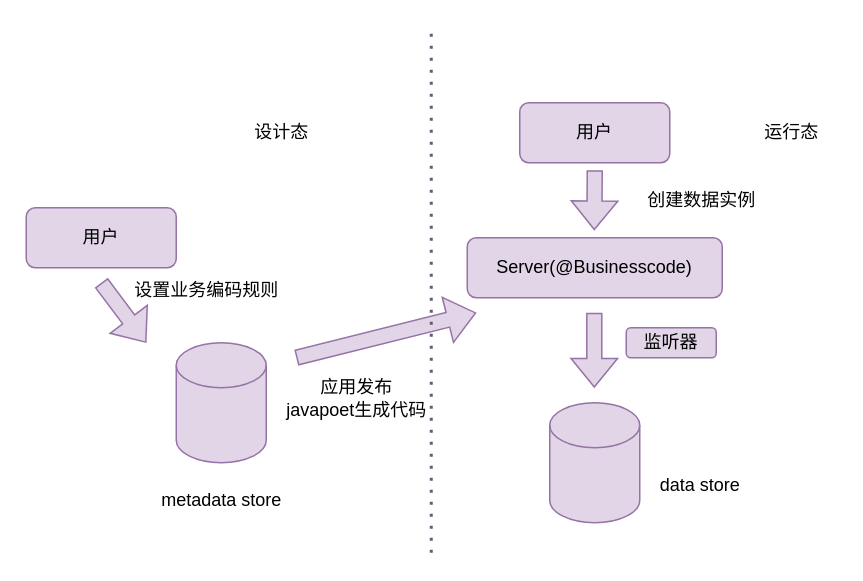
This is 未命名绘图.drawio from whiteShadow136/test, a draw.io file, before an edit. Source tidied: cells renumbered, new cells numbered last; positions are measured from the earlier drawing's top-left corner, leaving out a move shared by most shapes. Both pictures are drawn from the tidied source at 150%, with x=0, y=0 at pixel (26, 27).
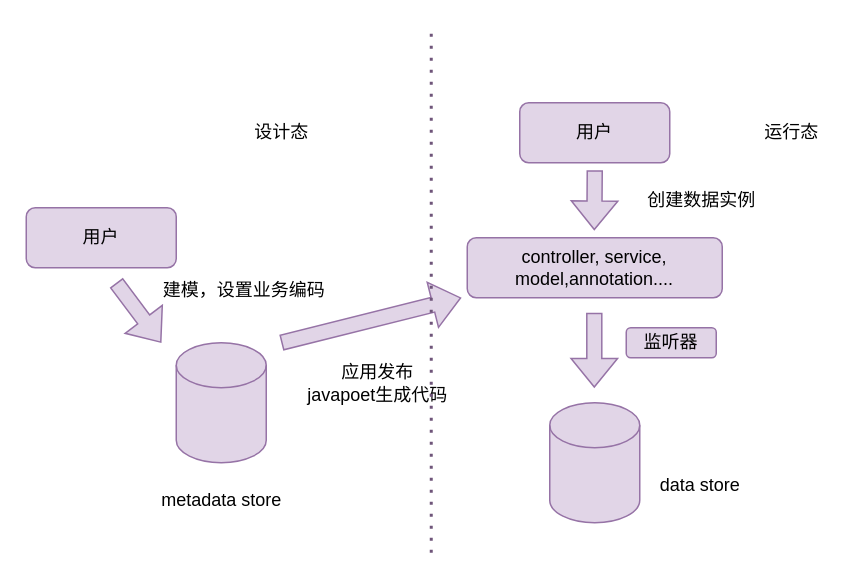
Above is the later version.

Commit message:
更新未命名绘图.drawio

What changed in the source:
```diff
@@
     <mxCell id="3" style="shape=flexArrow;endArrow=classic;html=1;rounded=0;fillColor=#e1d5e7;strokeColor=#9673a6;" parent="1" edge="1">
       <mxGeometry relative="1" as="geometry">
-        <mxPoint x="50" y="170" as="sourcePoint" />
-        <mxPoint x="80" y="210" as="targetPoint" />
+        <mxPoint x="60" y="170" as="sourcePoint" />
+        <mxPoint x="90" y="210" as="targetPoint" />
       </mxGeometry>
     </mxCell>
-    <mxCell id="4" value="设置业务编码规则" style="text;html=1;align=center;verticalAlign=middle;strokeColor=none;fillColor=none;" parent="1" vertex="1">
-      <mxGeometry x="60" y="160" width="120" height="30" as="geometry" />
+    <mxCell id="4" value="建模，设置业务编码" style="text;html=1;align=center;verticalAlign=middle;strokeColor=none;fillColor=none;" parent="1" vertex="1">
+      <mxGeometry x="80" y="160" width="130" height="30" as="geometry" />
     </mxCell>
@@
     <mxCell id="7" style="shape=flexArrow;endArrow=classic;html=1;rounded=0;strokeColor=#9673a6;fillColor=#e1d5e7;" parent="1" edge="1">
       <mxGeometry relative="1" as="geometry">
-        <mxPoint x="180" y="220" as="sourcePoint" />
-        <mxPoint x="300" y="190" as="targetPoint" />
+        <mxPoint x="170" y="210" as="sourcePoint" />
+        <mxPoint x="290" y="180" as="targetPoint" />
       </mxGeometry>
     </mxCell>
     <mxCell id="8" value="&lt;br&gt;应用发布&lt;br&gt;javapoet生成代码" style="text;html=1;align=center;verticalAlign=middle;strokeColor=none;fillColor=none;" parent="1" vertex="1">
-      <mxGeometry x="160" y="210" width="120" height="60" as="geometry" />
+      <mxGeometry x="174" y="200" width="120" height="60" as="geometry" />
     </mxCell>
-    <mxCell id="9" value="Server(@Businesscode)" style="rounded=1;whiteSpace=wrap;html=1;fillColor=#e1d5e7;strokeColor=#9673a6;" parent="1" vertex="1">
+    <mxCell id="9" value="controller, service, model,annotation...." style="rounded=1;whiteSpace=wrap;html=1;fillColor=#e1d5e7;strokeColor=#9673a6;" parent="1" vertex="1">
       <mxGeometry x="294" y="140" width="170" height="40" as="geometry" />
     </mxCell>
```
